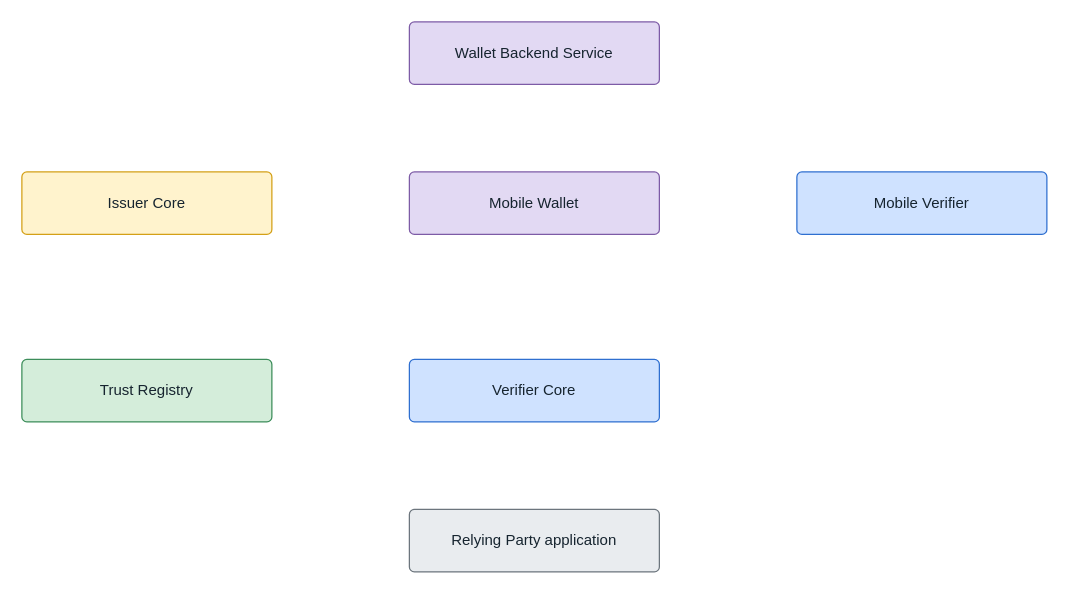
Before: images/architecture-framework/data-model-and-protocols/protocol-per-interaction.drawio in id-verifiable-credential-dev/id-doc-idctf, a draw.io diagram. Source tidied: cells renumbered, new cells numbered last; positions are measured from the earlier drawing's top-left corner, leaving out a move shared by most shapes. Both pictures are drawn from the tidied source at 125%, with x=0, y=0 at pixel (21, 21).
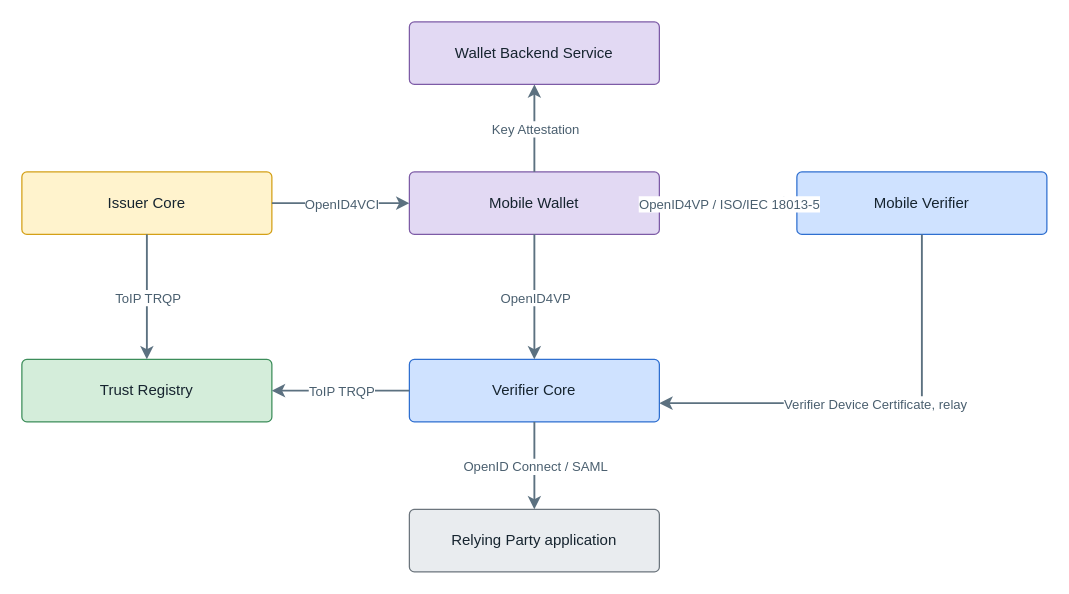
After the change.

The edit, as a diff of the source:
```diff
@@
+    <mxCell id="9" style="edgeStyle=orthogonalEdgeStyle;rounded=0;orthogonalLoop=1;jettySize=auto;html=1;endArrow=classic;strokeColor=#5c7180;strokeWidth=1.5;" parent="1" edge="1">
+      <mxGeometry relative="1" as="geometry">
+        <mxPoint x="200" y="145" as="sourcePoint" />
+        <mxPoint x="310" y="145" as="targetPoint" />
+        <Array as="points">
+          <mxPoint x="255" y="145" />
+        </Array>
+      </mxGeometry>
+    </mxCell>
+    <mxCell id="10" value="OpenID4VCI" style="edgeLabel;html=1;align=center;verticalAlign=middle;fontSize=10.5;fontColor=#4a5f6f;labelBackgroundColor=#ffffff;" parent="9" vertex="1">
+      <mxGeometry relative="1" as="geometry" />
+    </mxCell>
+    <mxCell id="11" style="edgeStyle=orthogonalEdgeStyle;rounded=0;orthogonalLoop=1;jettySize=auto;html=1;endArrow=classic;strokeColor=#5c7180;strokeWidth=1.5;" parent="1" edge="1">
+      <mxGeometry relative="1" as="geometry">
+        <mxPoint x="410" y="120" as="sourcePoint" />
+        <mxPoint x="410" y="50" as="targetPoint" />
+        <Array as="points">
+          <mxPoint x="410" y="85" />
+        </Array>
+      </mxGeometry>
+    </mxCell>
+    <mxCell id="12" value="Key Attestation" style="edgeLabel;html=1;align=center;verticalAlign=middle;fontSize=10.5;fontColor=#4a5f6f;labelBackgroundColor=#ffffff;" parent="11" vertex="1">
+      <mxGeometry relative="1" as="geometry" />
+    </mxCell>
+    <mxCell id="13" style="edgeStyle=orthogonalEdgeStyle;rounded=0;orthogonalLoop=1;jettySize=auto;html=1;endArrow=classic;strokeColor=#5c7180;strokeWidth=1.5;" parent="1" edge="1">
+      <mxGeometry relative="1" as="geometry">
+        <mxPoint x="510" y="145" as="sourcePoint" />
+        <mxPoint x="620" y="145" as="targetPoint" />
+        <Array as="points">
+          <mxPoint x="565" y="145" />
+        </Array>
+      </mxGeometry>
+    </mxCell>
+    <mxCell id="14" value="OpenID4VP / ISO/IEC 18013-5" style="edgeLabel;html=1;align=center;verticalAlign=middle;fontSize=10.5;fontColor=#4a5f6f;labelBackgroundColor=#ffffff;" parent="13" vertex="1">
+      <mxGeometry relative="1" as="geometry" />
+    </mxCell>
+    <mxCell id="15" style="edgeStyle=orthogonalEdgeStyle;rounded=0;orthogonalLoop=1;jettySize=auto;html=1;endArrow=classic;strokeColor=#5c7180;strokeWidth=1.5;" parent="1" edge="1">
+      <mxGeometry relative="1" as="geometry">
+        <mxPoint x="410" y="170" as="sourcePoint" />
+        <mxPoint x="410" y="270" as="targetPoint" />
+        <Array as="points">
+          <mxPoint x="410" y="200" />
+        </Array>
+      </mxGeometry>
+    </mxCell>
+    <mxCell id="16" value="OpenID4VP" style="edgeLabel;html=1;align=center;verticalAlign=middle;fontSize=10.5;fontColor=#4a5f6f;labelBackgroundColor=#ffffff;" parent="15" vertex="1">
+      <mxGeometry relative="1" as="geometry" />
+    </mxCell>
+    <mxCell id="17" style="edgeStyle=orthogonalEdgeStyle;rounded=0;orthogonalLoop=1;jettySize=auto;html=1;endArrow=classic;strokeColor=#5c7180;strokeWidth=1.5;" parent="1" edge="1">
+      <mxGeometry relative="1" as="geometry">
+        <mxPoint x="100" y="170" as="sourcePoint" />
+        <mxPoint x="100" y="270" as="targetPoint" />
+        <Array as="points">
+          <mxPoint x="100" y="220" />
+        </Array>
+      </mxGeometry>
+    </mxCell>
+    <mxCell id="18" value="ToIP TRQP" style="edgeLabel;html=1;align=center;verticalAlign=middle;fontSize=10.5;fontColor=#4a5f6f;labelBackgroundColor=#ffffff;" parent="17" vertex="1">
+      <mxGeometry relative="1" as="geometry" />
+    </mxCell>
+    <mxCell id="19" style="edgeStyle=orthogonalEdgeStyle;rounded=0;orthogonalLoop=1;jettySize=auto;html=1;endArrow=classic;strokeColor=#5c7180;strokeWidth=1.5;" parent="1" edge="1">
+      <mxGeometry relative="1" as="geometry">
+        <mxPoint x="310" y="295" as="sourcePoint" />
+        <mxPoint x="200" y="295" as="targetPoint" />
+        <Array as="points">
+          <mxPoint x="255" y="295" />
+        </Array>
+      </mxGeometry>
+    </mxCell>
+    <mxCell id="20" value="ToIP TRQP" style="edgeLabel;html=1;align=center;verticalAlign=middle;fontSize=10.5;fontColor=#4a5f6f;labelBackgroundColor=#ffffff;" parent="19" vertex="1">
+      <mxGeometry relative="1" as="geometry" />
+    </mxCell>
+    <mxCell id="21" style="edgeStyle=orthogonalEdgeStyle;rounded=0;orthogonalLoop=1;jettySize=auto;html=1;endArrow=classic;strokeColor=#5c7180;strokeWidth=1.5;" parent="1" edge="1">
+      <mxGeometry relative="1" as="geometry">
+        <mxPoint x="720" y="170" as="sourcePoint" />
+        <mxPoint x="510" y="305" as="targetPoint" />
+        <Array as="points">
+          <mxPoint x="720" y="305" />
+          <mxPoint x="615" y="305" />
+        </Array>
+      </mxGeometry>
+    </mxCell>
+    <mxCell id="22" value="Verifier Device Certificate, relay" style="edgeLabel;html=1;align=center;verticalAlign=middle;fontSize=10.5;fontColor=#4a5f6f;labelBackgroundColor=#ffffff;" parent="21" vertex="1">
+      <mxGeometry relative="1" as="geometry" />
+    </mxCell>
+    <mxCell id="23" style="edgeStyle=orthogonalEdgeStyle;rounded=0;orthogonalLoop=1;jettySize=auto;html=1;endArrow=classic;strokeColor=#5c7180;strokeWidth=1.5;" parent="1" edge="1">
+      <mxGeometry relative="1" as="geometry">
+        <mxPoint x="410" y="320" as="sourcePoint" />
+        <mxPoint x="410" y="390" as="targetPoint" />
+        <Array as="points">
+          <mxPoint x="410" y="355" />
+        </Array>
+      </mxGeometry>
+    </mxCell>
+    <mxCell id="24" value="OpenID Connect / SAML" style="edgeLabel;html=1;align=center;verticalAlign=middle;fontSize=10.5;fontColor=#4a5f6f;labelBackgroundColor=#ffffff;" parent="23" vertex="1">
+      <mxGeometry relative="1" as="geometry" />
+    </mxCell>
```
